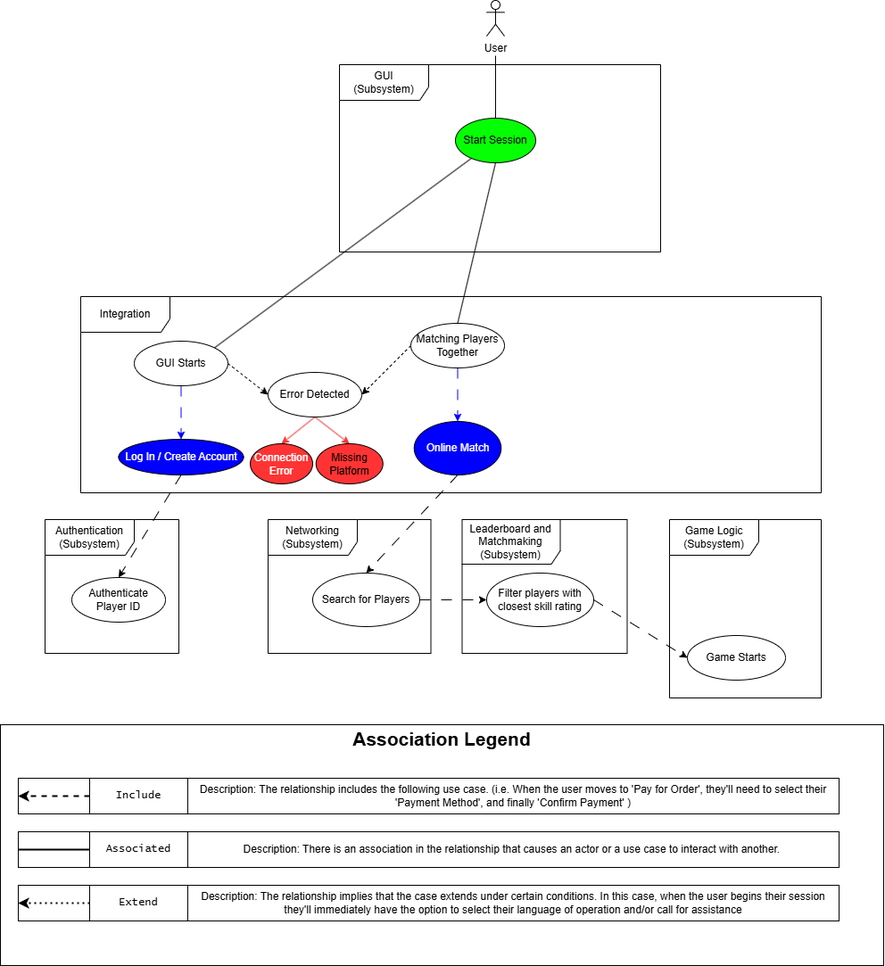
The draw.io diagram Integration Team Files/Use_Case_Diagram(Incomplete).drawio.png in kelsierfin/BasicGamingPlatform, before a commit. Source tidied: cells renumbered, new cells last; positions are measured from the earlier drawing's top-left corner, leaving out a move shared by most shapes.
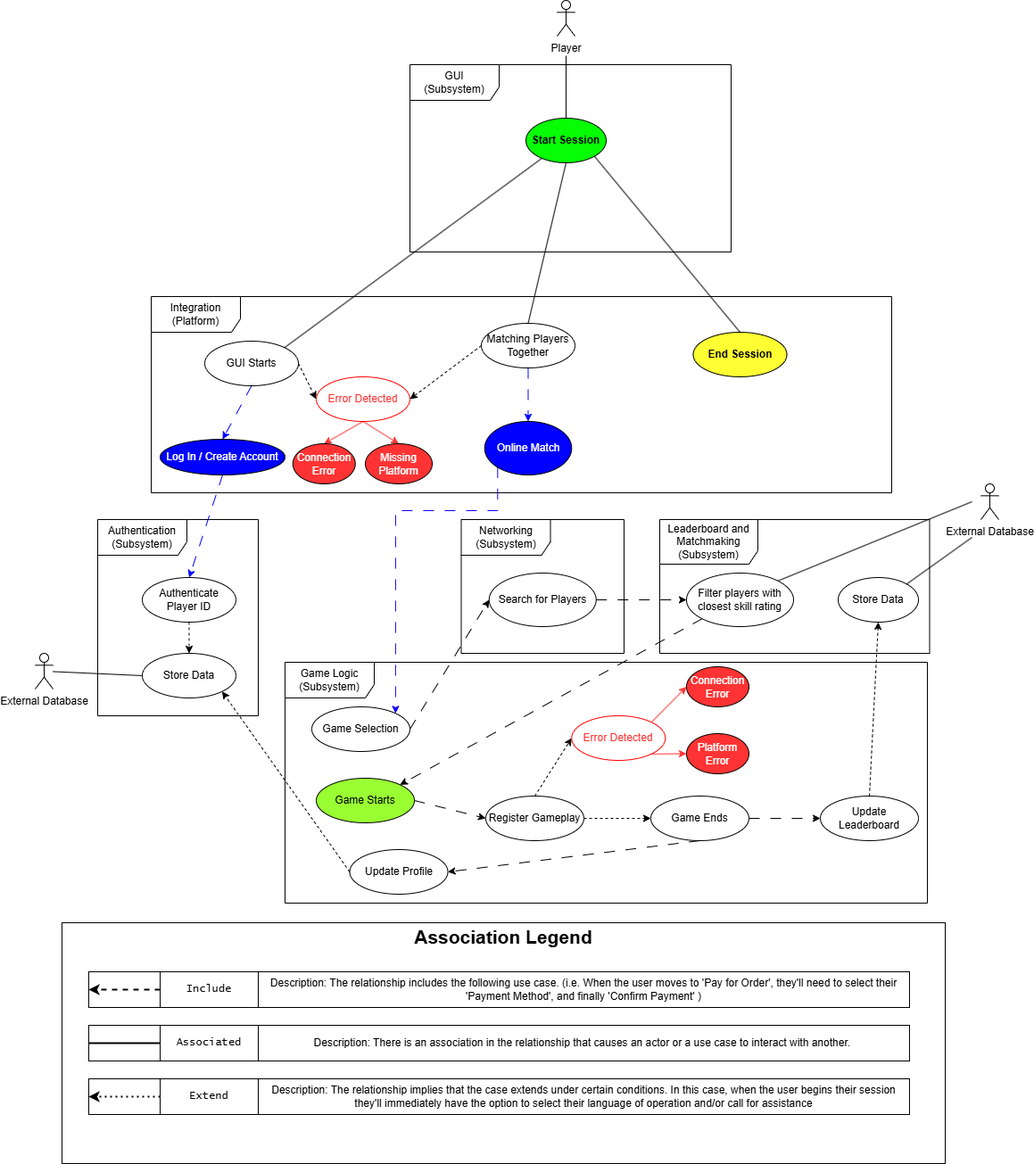
Above is the later version.

Commit message:
Updated Use_Case diagram to include more use_cases

Change to the diagram source:
```diff
@@ -3,9 +3,9 @@
     <mxCell id="0" />
     <mxCell id="1" parent="0" />
     <mxCell id="2" value="&lt;p style=&quot;margin:0px;margin-top:4px;text-align:center;&quot;&gt;&lt;b&gt;&lt;font style=&quot;font-size: 21px;&quot;&gt;Association Legend&lt;/font&gt;&lt;/b&gt;&lt;/p&gt;" style="verticalAlign=top;align=left;overflow=fill;html=1;whiteSpace=wrap;" parent="1" vertex="1">
-      <mxGeometry y="812" width="990" height="270" as="geometry" />
+      <mxGeometry x="-10" y="1034" width="990" height="270" as="geometry" />
     </mxCell>
-    <mxCell id="3" value="Integration" style="shape=umlFrame;whiteSpace=wrap;html=1;width=100;height=40;" parent="1" vertex="1">
+    <mxCell id="3" value="Integration (Platform)" style="shape=umlFrame;whiteSpace=wrap;html=1;width=100;height=40;" parent="1" vertex="1">
       <mxGeometry x="90" y="332" width="830" height="220" as="geometry" />
     </mxCell>
     <mxCell id="4" style="rounded=0;jettySize=auto;html=1;entryX=0.5;entryY=0;entryDx=0;entryDy=0;endArrow=none;startFill=0;" parent="1" edge="1" target="8">
@@ -13,7 +13,7 @@
         <mxPoint x="555" y="62" as="sourcePoint" />
       </mxGeometry>
     </mxCell>
-    <mxCell id="5" value="User" style="shape=umlActor;verticalLabelPosition=bottom;verticalAlign=top;html=1;" parent="1" vertex="1">
+    <mxCell id="5" value="Player" style="shape=umlActor;verticalLabelPosition=bottom;verticalAlign=top;html=1;" parent="1" vertex="1">
       <mxGeometry x="545" width="20" height="40" as="geometry" />
     </mxCell>
     <mxCell id="6" style="rounded=0;jettySize=auto;html=1;entryX=1;entryY=0;entryDx=0;entryDy=0;endArrow=none;startFill=0;" parent="1" edge="1" source="8" target="13">
@@ -22,7 +22,10 @@
     <mxCell id="7" style="rounded=0;jettySize=auto;html=1;exitX=0.5;exitY=1;exitDx=0;exitDy=0;entryX=0.5;entryY=0;entryDx=0;entryDy=0;endArrow=none;startFill=0;" parent="1" edge="1" source="8" target="26">
       <mxGeometry relative="1" as="geometry" />
     </mxCell>
+    <mxCell id="52" style="rounded=0;jettySize=auto;html=1;exitX=1;exitY=1;exitDx=0;exitDy=0;entryX=0.5;entryY=0;entryDx=0;entryDy=0;endArrow=none;startFill=0;" parent="1" edge="1" source="8" target="80">
+      <mxGeometry relative="1" as="geometry" />
+    </mxCell>
-    <mxCell id="8" value="Start Session" style="ellipse;whiteSpace=wrap;html=1;fillColor=light-dark(#07FF05,var(--ge-dark-color, #121212));" parent="1" vertex="1">
+    <mxCell id="8" value="Start Session" style="ellipse;whiteSpace=wrap;html=1;fillColor=light-dark(#07FF05,var(--ge-dark-color, #121212));fontStyle=1;" parent="1" vertex="1">
       <mxGeometry x="510" y="132" width="90" height="50" as="geometry" />
     </mxCell>
     <mxCell id="9" style="rounded=0;jettySize=auto;html=1;exitX=0.5;exitY=1;exitDx=0;exitDy=0;entryX=0.5;entryY=0;entryDx=0;entryDy=0;strokeColor=#FF3333;" parent="1" edge="1" source="34" target="20">
@@ -44,31 +47,34 @@
       <mxGeometry x="380" y="72" width="360" height="210" as="geometry" />
     </mxCell>
     <mxCell id="15" value="Networking&lt;div&gt;(Subsystem)&lt;/div&gt;" style="shape=umlFrame;whiteSpace=wrap;html=1;width=100;height=40;" parent="1" vertex="1">
-      <mxGeometry x="300" y="582" width="182.5" height="150" as="geometry" />
+      <mxGeometry x="437.5" y="582" width="182.5" height="150" as="geometry" />
     </mxCell>
     <mxCell id="16" value="Authentication (Subsystem)" style="shape=umlFrame;whiteSpace=wrap;html=1;width=100;height=40;" parent="1" vertex="1">
-      <mxGeometry x="50" y="582" width="150" height="150" as="geometry" />
+      <mxGeometry x="30" y="582" width="180" height="220" as="geometry" />
     </mxCell>
     <mxCell id="17" value="Leaderboard and Matchmaking&lt;div&gt;(Subsystem)&lt;/div&gt;" style="shape=umlFrame;whiteSpace=wrap;html=1;width=110;height=50;" parent="1" vertex="1">
-      <mxGeometry x="517.5" y="582" width="185" height="150" as="geometry" />
+      <mxGeometry x="660" y="582" width="302.5" height="150" as="geometry" />
     </mxCell>
     <mxCell id="18" value="Game Logic&lt;div&gt;(Subsystem)&lt;/div&gt;" style="shape=umlFrame;whiteSpace=wrap;html=1;width=100;height=40;" parent="1" vertex="1">
-      <mxGeometry x="750" y="582" width="170" height="200" as="geometry" />
+      <mxGeometry x="240" y="742" width="720" height="270" as="geometry" />
     </mxCell>
+    <mxCell id="53" style="edgeStyle=orthogonalEdgeStyle;rounded=0;jettySize=auto;html=1;exitX=0.5;exitY=1;exitDx=0;exitDy=0;entryX=0.5;entryY=0;entryDx=0;entryDy=0;dashed=1;" parent="1" edge="1" source="19" target="64">
+      <mxGeometry relative="1" as="geometry" />
+    </mxCell>
     <mxCell id="19" value="Authenticate Player ID" style="ellipse;whiteSpace=wrap;html=1;" parent="1" vertex="1">
       <mxGeometry x="80" y="647" width="105" height="50" as="geometry" />
     </mxCell>
     <mxCell id="20" value="Connection Error" style="ellipse;whiteSpace=wrap;html=1;fillColor=light-dark(#FF3333,var(--ge-dark-color, #121212));fontColor=#FFFFFF;" parent="1" vertex="1">
-      <mxGeometry x="280" y="497" width="70" height="45" as="geometry" />
+      <mxGeometry x="248.8" y="497" width="70" height="45" as="geometry" />
     </mxCell>
-    <mxCell id="21" value="Missing Platform" style="ellipse;whiteSpace=wrap;html=1;fillColor=light-dark(#FF3333,var(--ge-dark-color, #121212));fontColor=#000000;" parent="1" vertex="1">
-      <mxGeometry x="353.8" y="497" width="75" height="45" as="geometry" />
+    <mxCell id="21" value="Missing Platform" style="ellipse;whiteSpace=wrap;html=1;fillColor=light-dark(#FF3333,var(--ge-dark-color, #121212));fontColor=#FFFFFF;" parent="1" vertex="1">
+      <mxGeometry x="330" y="497" width="75" height="45" as="geometry" />
     </mxCell>
-    <mxCell id="22" style="rounded=0;jettySize=auto;html=1;exitX=0.5;exitY=1;exitDx=0;exitDy=0;entryX=0.5;entryY=0;entryDx=0;entryDy=0;dashed=1;dashPattern=12 12;" parent="1" edge="1" source="23" target="19">
+    <mxCell id="22" style="rounded=0;jettySize=auto;html=1;exitX=0.5;exitY=1;exitDx=0;exitDy=0;entryX=0.5;entryY=0;entryDx=0;entryDy=0;dashed=1;dashPattern=12 12;strokeColor=#0000FF;" parent="1" edge="1" source="23" target="19">
       <mxGeometry relative="1" as="geometry" />
     </mxCell>
     <mxCell id="23" value="Log In / Create Account" style="ellipse;whiteSpace=wrap;html=1;fillColor=light-dark(#0000FF,var(--ge-dark-color, #121212));fontColor=#FFFFFF;" parent="1" vertex="1">
-      <mxGeometry x="132.5" y="492" width="140" height="40" as="geometry" />
+      <mxGeometry x="100" y="492" width="140" height="40" as="geometry" />
     </mxCell>
     <mxCell id="24" style="edgeStyle=orthogonalEdgeStyle;rounded=0;jettySize=auto;html=1;exitX=0.5;exitY=1;exitDx=0;exitDy=0;entryX=0.5;entryY=0;entryDx=0;entryDy=0;strokeColor=#0000FF;dashed=1;dashPattern=12 12;" parent="1" edge="1" source="26" target="28">
       <mxGeometry relative="1" as="geometry" />
@@ -79,9 +85,14 @@
     <mxCell id="26" value="Matching Players Together" style="ellipse;whiteSpace=wrap;html=1;" parent="1" vertex="1">
       <mxGeometry x="460" y="362" width="105" height="50" as="geometry" />
     </mxCell>
-    <mxCell id="27" style="rounded=0;jettySize=auto;html=1;exitX=0.5;exitY=1;exitDx=0;exitDy=0;entryX=0.5;entryY=0;entryDx=0;entryDy=0;dashed=1;dashPattern=12 12;" parent="1" edge="1" source="28" target="30">
-      <mxGeometry relative="1" as="geometry" />
-    </mxCell>
+    <mxCell id="54" style="edgeStyle=orthogonalEdgeStyle;rounded=0;jettySize=auto;html=1;exitX=0;exitY=1;exitDx=0;exitDy=0;entryX=1;entryY=0;entryDx=0;entryDy=0;dashed=1;dashPattern=12 12;strokeColor=light-dark(#1100fa, #ededed);" parent="1" edge="1" source="28" target="71">
+      <mxGeometry relative="1" as="geometry">
+        <Array as="points">
+          <mxPoint x="478" y="572" />
+          <mxPoint x="364" y="572" />
+        </Array>
+      </mxGeometry>
+    </mxCell>
     <mxCell id="28" value="Online Match" style="ellipse;whiteSpace=wrap;html=1;fillColor=light-dark(#0000FF,var(--ge-dark-color, #121212));fontColor=#FFFFFF;" parent="1" vertex="1">
       <mxGeometry x="463.8" y="472" width="97.5" height="60" as="geometry" />
     </mxCell>
@@ -89,31 +100,39 @@
       <mxGeometry relative="1" as="geometry" />
     </mxCell>
     <mxCell id="30" value="Search for Players" style="ellipse;whiteSpace=wrap;html=1;" parent="1" vertex="1">
-      <mxGeometry x="350" y="642" width="120" height="60" as="geometry" />
+      <mxGeometry x="468.8" y="642" width="120" height="60" as="geometry" />
     </mxCell>
-    <mxCell id="31" style="rounded=0;jettySize=auto;html=1;exitX=1;exitY=0.5;exitDx=0;exitDy=0;entryX=0;entryY=0.5;entryDx=0;entryDy=0;dashed=1;dashPattern=12 12;" parent="1" edge="1" source="32" target="33">
+    <mxCell id="31" style="rounded=0;jettySize=auto;html=1;exitX=0;exitY=1;exitDx=0;exitDy=0;entryX=1;entryY=0;entryDx=0;entryDy=0;dashed=1;dashPattern=12 12;" parent="1" edge="1" source="32" target="33">
       <mxGeometry relative="1" as="geometry" />
     </mxCell>
+    <mxCell id="55" style="rounded=0;jettySize=auto;html=1;exitX=1;exitY=0;exitDx=0;exitDy=0;endArrow=none;startFill=0;" parent="1" edge="1" source="32">
+      <mxGeometry relative="1" as="geometry">
+        <mxPoint x="1010" y="562" as="targetPoint" />
+      </mxGeometry>
+    </mxCell>
     <mxCell id="32" value="Filter players with closest skill rating" style="ellipse;whiteSpace=wrap;html=1;" parent="1" vertex="1">
-      <mxGeometry x="545" y="642" width="120" height="60" as="geometry" />
+      <mxGeometry x="690" y="642" width="120" height="60" as="geometry" />
     </mxCell>
+    <mxCell id="56" style="rounded=0;jettySize=auto;html=1;exitX=1;exitY=0.5;exitDx=0;exitDy=0;entryX=0;entryY=0.5;entryDx=0;entryDy=0;dashed=1;dashPattern=12 12;" parent="1" edge="1" source="33" target="74">
+      <mxGeometry relative="1" as="geometry" />
+    </mxCell>
-    <mxCell id="33" value="Game Starts" style="ellipse;whiteSpace=wrap;html=1;" parent="1" vertex="1">
-      <mxGeometry x="770" y="712" width="110" height="50" as="geometry" />
+    <mxCell id="33" value="Game Starts" style="ellipse;whiteSpace=wrap;html=1;fillColor=light-dark(#99FF33,var(--ge-dark-color, #121212));" parent="1" vertex="1">
+      <mxGeometry x="275" y="872" width="110" height="50" as="geometry" />
     </mxCell>
-    <mxCell id="34" value="Error Detected" style="ellipse;whiteSpace=wrap;html=1;" parent="1" vertex="1">
-      <mxGeometry x="300" y="417" width="105" height="50" as="geometry" />
+    <mxCell id="34" value="Error Detected" style="ellipse;whiteSpace=wrap;html=1;strokeColor=light-dark(#FF0000,#FFFFFF);fontColor=#FF3333;" parent="1" vertex="1">
+      <mxGeometry x="275" y="422" width="105" height="50" as="geometry" />
     </mxCell>
     <mxCell id="35" value="Description: The relationship includes the following use case. (i.e. When the user moves to 'Pay for Order', they'll need to select their 'Payment Method', and finally 'Confirm Payment' )" style="html=1;whiteSpace=wrap;" parent="1" vertex="1">
-      <mxGeometry x="210" y="872" width="730" height="40" as="geometry" />
+      <mxGeometry x="210" y="1089" width="730" height="40" as="geometry" />
     </mxCell>
     <mxCell id="36" value="Description: There is an association in the relationship that causes an actor or a use case to interact with another.&amp;nbsp;" style="html=1;whiteSpace=wrap;" parent="1" vertex="1">
-      <mxGeometry x="210" y="932" width="730" height="40" as="geometry" />
+      <mxGeometry x="210" y="1149" width="730" height="40" as="geometry" />
     </mxCell>
     <mxCell id="37" value="Description: The relationship implies that the case extends under certain conditions. In this case, when the user begins their session they'll immediately have the option to select their language of operation and/or call for assistance" style="html=1;whiteSpace=wrap;" parent="1" vertex="1">
-      <mxGeometry x="210" y="992" width="730" height="40" as="geometry" />
+      <mxGeometry x="210" y="1209" width="730" height="40" as="geometry" />
     </mxCell>
     <mxCell id="38" style="group;" parent="1" vertex="1">
-      <mxGeometry x="20" y="872" width="190" height="160" as="geometry" />
+      <mxGeometry x="20" y="1089" width="190" height="160" as="geometry" />
     </mxCell>
     <mxCell id="39" style="html=1;whiteSpace=wrap;" parent="38" vertex="1">
       <mxGeometry width="80" height="40" as="geometry" />
@@ -165,5 +184,79 @@
     <mxCell id="51" value="Extend" style="html=1;whiteSpace=wrap;fontFamily=Lucida Console;" parent="45" vertex="1">
       <mxGeometry y="120" width="110" height="40" as="geometry" />
     </mxCell>
+    <mxCell id="57" style="rounded=0;jettySize=auto;html=1;exitX=0.5;exitY=1;exitDx=0;exitDy=0;entryX=1;entryY=0.5;entryDx=0;entryDy=0;dashed=1;dashPattern=12 12;" parent="1" edge="1" source="59" target="61">
+      <mxGeometry relative="1" as="geometry" />
+    </mxCell>
+    <mxCell id="58" style="edgeStyle=orthogonalEdgeStyle;rounded=0;jettySize=auto;html=1;exitX=1;exitY=0.5;exitDx=0;exitDy=0;entryX=0;entryY=0.5;entryDx=0;entryDy=0;dashed=1;dashPattern=12 12;" parent="1" edge="1" source="59" target="63">
+      <mxGeometry relative="1" as="geometry" />
+    </mxCell>
+    <mxCell id="59" value="Game Ends" style="ellipse;whiteSpace=wrap;html=1;" parent="1" vertex="1">
+      <mxGeometry x="650" y="892" width="110" height="50" as="geometry" />
+    </mxCell>
+    <mxCell id="60" style="rounded=0;jettySize=auto;html=1;exitX=0;exitY=0.5;exitDx=0;exitDy=0;entryX=1;entryY=1;entryDx=0;entryDy=0;dashed=1;" parent="1" edge="1" source="61" target="64">
+      <mxGeometry relative="1" as="geometry" />
+    </mxCell>
+    <mxCell id="61" value="Update Profile" style="ellipse;whiteSpace=wrap;html=1;" parent="1" vertex="1">
+      <mxGeometry x="312.5" y="952" width="110" height="50" as="geometry" />
+    </mxCell>
+    <mxCell id="62" style="rounded=0;jettySize=auto;html=1;exitX=0.5;exitY=0;exitDx=0;exitDy=0;entryX=0.5;entryY=1;entryDx=0;entryDy=0;dashed=1;" parent="1" edge="1" source="63" target="65">
+      <mxGeometry relative="1" as="geometry" />
+    </mxCell>
+    <mxCell id="63" value="Update Leaderboard" style="ellipse;whiteSpace=wrap;html=1;" parent="1" vertex="1">
+      <mxGeometry x="840" y="892" width="110" height="50" as="geometry" />
+    </mxCell>
+    <mxCell id="64" value="Store Data" style="ellipse;whiteSpace=wrap;html=1;" parent="1" vertex="1">
+      <mxGeometry x="80" y="732" width="105" height="50" as="geometry" />
+    </mxCell>
+    <mxCell id="65" value="Store Data" style="ellipse;whiteSpace=wrap;html=1;" parent="1" vertex="1">
+      <mxGeometry x="860" y="647" width="90" height="50" as="geometry" />
+    </mxCell>
+    <mxCell id="66" style="rounded=0;jettySize=auto;html=1;entryX=0;entryY=0.5;entryDx=0;entryDy=0;endArrow=none;startFill=0;" parent="1" edge="1" source="67" target="64">
+      <mxGeometry relative="1" as="geometry" />
+    </mxCell>
+    <mxCell id="67" value="External Database" style="shape=umlActor;verticalLabelPosition=bottom;verticalAlign=top;html=1;" parent="1" vertex="1">
+      <mxGeometry x="-40" y="732" width="20" height="40" as="geometry" />
+    </mxCell>
+    <mxCell id="68" value="External Database" style="shape=umlActor;verticalLabelPosition=bottom;verticalAlign=top;html=1;" parent="1" vertex="1">
+      <mxGeometry x="1020" y="542" width="20" height="40" as="geometry" />
+    </mxCell>
+    <mxCell id="69" style="rounded=0;jettySize=auto;html=1;exitX=1;exitY=0;exitDx=0;exitDy=0;endArrow=none;startFill=0;" parent="1" edge="1" source="65">
+      <mxGeometry relative="1" as="geometry">
+        <mxPoint x="1010" y="602" as="targetPoint" />
+      </mxGeometry>
+    </mxCell>
+    <mxCell id="70" style="rounded=0;jettySize=auto;html=1;exitX=1;exitY=0.5;exitDx=0;exitDy=0;entryX=0;entryY=0.5;entryDx=0;entryDy=0;dashed=1;dashPattern=12 12;" parent="1" edge="1" source="71" target="30">
+      <mxGeometry relative="1" as="geometry" />
+    </mxCell>
+    <mxCell id="71" value="Game Selection" style="ellipse;whiteSpace=wrap;html=1;" parent="1" vertex="1">
+      <mxGeometry x="270" y="792" width="110" height="50" as="geometry" />
+    </mxCell>
+    <mxCell id="72" style="edgeStyle=orthogonalEdgeStyle;rounded=0;jettySize=auto;html=1;exitX=1;exitY=0.5;exitDx=0;exitDy=0;entryX=0;entryY=0.5;entryDx=0;entryDy=0;dashed=1;" parent="1" edge="1" source="74" target="59">
+      <mxGeometry relative="1" as="geometry" />
+    </mxCell>
+    <mxCell id="73" style="rounded=0;jettySize=auto;html=1;exitX=0.5;exitY=0;exitDx=0;exitDy=0;entryX=0;entryY=0.5;entryDx=0;entryDy=0;dashed=1;" parent="1" edge="1" source="74" target="77">
+      <mxGeometry relative="1" as="geometry" />
+    </mxCell>
+    <mxCell id="74" value="Register Gameplay" style="ellipse;whiteSpace=wrap;html=1;" parent="1" vertex="1">
+      <mxGeometry x="465" y="892" width="110" height="50" as="geometry" />
+    </mxCell>
+    <mxCell id="75" style="rounded=0;jettySize=auto;html=1;exitX=1;exitY=0;exitDx=0;exitDy=0;entryX=0;entryY=0.5;entryDx=0;entryDy=0;strokeColor=#FF3333;" parent="1" edge="1" source="77" target="78">
+      <mxGeometry relative="1" as="geometry" />
+    </mxCell>
+    <mxCell id="76" style="rounded=0;jettySize=auto;html=1;exitX=1;exitY=1;exitDx=0;exitDy=0;entryX=0;entryY=0.5;entryDx=0;entryDy=0;strokeColor=#FF3333;" parent="1" edge="1" source="77" target="79">
+      <mxGeometry relative="1" as="geometry" />
+    </mxCell>
+    <mxCell id="77" value="Error Detected" style="ellipse;whiteSpace=wrap;html=1;strokeColor=light-dark(#FF0000,#FFFFFF);fontColor=#FF3333;" parent="1" vertex="1">
+      <mxGeometry x="561.2" y="802" width="105" height="50" as="geometry" />
+    </mxCell>
+    <mxCell id="78" value="Connection Error" style="ellipse;whiteSpace=wrap;html=1;fillColor=light-dark(#FF3333,var(--ge-dark-color, #121212));fontColor=#FFFFFF;" parent="1" vertex="1">
+      <mxGeometry x="690" y="747" width="70" height="45" as="geometry" />
+    </mxCell>
+    <mxCell id="79" value="Platform&lt;div&gt;Error&lt;/div&gt;" style="ellipse;whiteSpace=wrap;html=1;fillColor=light-dark(#FF3333,var(--ge-dark-color, #121212));fontColor=#FFFFFF;" parent="1" vertex="1">
+      <mxGeometry x="690" y="822" width="70" height="45" as="geometry" />
+    </mxCell>
+    <mxCell id="80" value="End Session" style="ellipse;whiteSpace=wrap;html=1;fontStyle=1;fillColor=light-dark(#FFFF33,var(--ge-dark-color, #121212));" parent="1" vertex="1">
+      <mxGeometry x="697.5" y="372" width="105" height="50" as="geometry" />
+    </mxCell>
   </root>
 </mxGraphModel>
```
